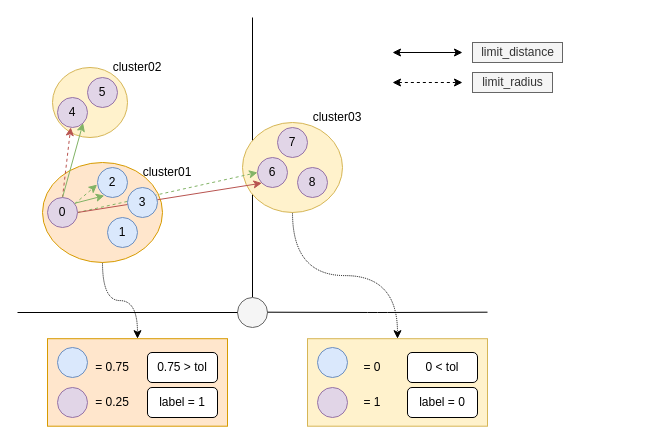
Earlier version of the draw.io diagram page "segmentation" (2 of 4) of .doc/ros_detection_legs.drawio (PouceHeure/ros_detection_legs). Source tidied: cells renumbered, new cells numbered last; positions are measured from the earlier drawing's top-left corner, leaving out a move shared by most shapes. Both pictures are drawn from the tidied source at 100%, with x=0, y=0 at pixel (17, 17).
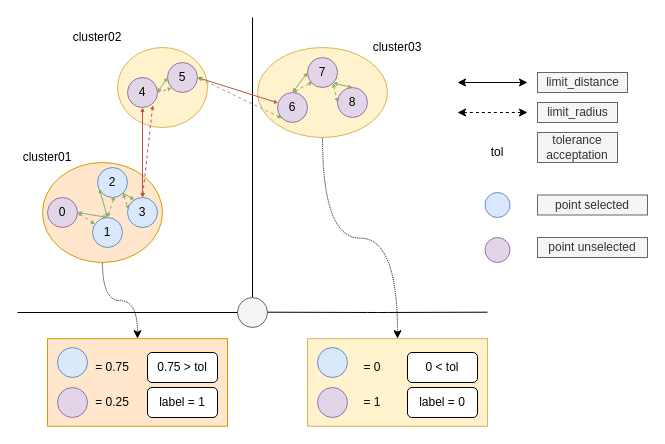
After the change.

The change refers to these unchanged cells:
```xml
<mxCell id="15" value="0" style="ellipse;whiteSpace=wrap;html=1;fillColor=#e1d5e7;strokeColor=#9673a6;" parent="1" vertex="1">
  <mxGeometry x="30" y="180" width="30" height="30" as="geometry" />
</mxCell>
<mxCell id="16" value="2" style="ellipse;whiteSpace=wrap;html=1;fillColor=#dae8fc;strokeColor=#6c8ebf;" parent="1" vertex="1">
  <mxGeometry x="80" y="150" width="30" height="30" as="geometry" />
</mxCell>
```

The edit, as a diff of the source:
```diff
@@
     <mxCell id="5" style="ellipse;whiteSpace=wrap;html=1;fillColor=#fff2cc;strokeColor=#d6b656;" parent="1" vertex="1">
-      <mxGeometry x="225" y="105" width="100" height="90" as="geometry" />
+      <mxGeometry x="240" y="30" width="130" height="90" as="geometry" />
     </mxCell>
     <mxCell id="6" style="ellipse;whiteSpace=wrap;html=1;fillColor=#fff2cc;strokeColor=#d6b656;" parent="1" vertex="1">
-      <mxGeometry x="35" y="50" width="75" height="70" as="geometry" />
+      <mxGeometry x="100" y="30" width="90" height="80" as="geometry" />
     </mxCell>
@@
-    <mxCell id="9" style="edgeStyle=none;rounded=0;jettySize=auto;html=1;exitX=0.912;exitY=0.207;exitDx=0;exitDy=0;endArrow=classic;endFill=1;strokeWidth=1;entryX=-0.014;entryY=0.571;entryDx=0;entryDy=0;entryPerimeter=0;dashed=1;fillColor=#d5e8d4;strokeColor=#82b366;exitPerimeter=0;" parent="1" edge="1" source="15" target="16">
-      <mxGeometry relative="1" as="geometry" />
-    </mxCell>
-    <mxCell id="10" style="edgeStyle=none;rounded=0;jettySize=auto;html=1;exitX=0.5;exitY=0;exitDx=0;exitDy=0;endArrow=classic;endFill=1;strokeWidth=1;fillColor=#f8cecc;dashed=1;strokeColor=#b85450;" parent="1" edge="1" source="15" target="30">
-      <mxGeometry relative="1" as="geometry" />
-    </mxCell>
-    <mxCell id="11" style="edgeStyle=none;rounded=0;jettySize=auto;html=1;exitX=1;exitY=0.5;exitDx=0;exitDy=0;entryX=0;entryY=0.5;entryDx=0;entryDy=0;dashed=1;endArrow=classic;endFill=1;strokeColor=#82b366;strokeWidth=1;fillColor=#d5e8d4;" parent="1" edge="1" source="15" target="20">
-      <mxGeometry relative="1" as="geometry" />
-    </mxCell>
-    <mxCell id="12" style="edgeStyle=none;rounded=0;jettySize=auto;html=1;exitX=1;exitY=0.5;exitDx=0;exitDy=0;entryX=0;entryY=1;entryDx=0;entryDy=0;endArrow=classic;endFill=1;strokeColor=#b85450;strokeWidth=1;fillColor=#f8cecc;" parent="1" edge="1" source="15" target="20">
-      <mxGeometry relative="1" as="geometry" />
-    </mxCell>
-    <mxCell id="13" style="edgeStyle=none;rounded=0;jettySize=auto;html=1;exitX=0.899;exitY=0.195;exitDx=0;exitDy=0;entryX=0.228;entryY=0.937;entryDx=0;entryDy=0;entryPerimeter=0;endArrow=classic;endFill=1;strokeColor=#82b366;strokeWidth=1;fillColor=#d5e8d4;exitPerimeter=0;" parent="1" edge="1" source="15" target="16">
-      <mxGeometry relative="1" as="geometry" />
-    </mxCell>
-    <mxCell id="14" style="edgeStyle=none;rounded=0;jettySize=auto;html=1;exitX=0.5;exitY=0;exitDx=0;exitDy=0;entryX=1;entryY=1;entryDx=0;entryDy=0;endArrow=classic;endFill=1;strokeColor=#82b366;strokeWidth=1;fillColor=#d5e8d4;" parent="1" edge="1" source="15" target="30">
-      <mxGeometry relative="1" as="geometry" />
-    </mxCell>
+    <mxCell id="47" style="edgeStyle=none;rounded=0;jettySize=auto;html=1;exitX=1;exitY=0.5;exitDx=0;exitDy=0;startArrow=classic;startFill=1;dashed=1;startSize=2;endSize=2;fillColor=#d5e8d4;strokeColor=#82b366;" parent="1" edge="1" source="15" target="17">
+      <mxGeometry relative="1" as="geometry" />
+    </mxCell>
+    <mxCell id="48" style="edgeStyle=none;rounded=0;jettySize=auto;html=1;exitX=1;exitY=0.5;exitDx=0;exitDy=0;entryX=0.5;entryY=0;entryDx=0;entryDy=0;startSize=2;endSize=2;startArrow=classic;startFill=1;fillColor=#d5e8d4;strokeColor=#82b366;" parent="1" edge="1" source="15" target="17">
+      <mxGeometry relative="1" as="geometry" />
+    </mxCell>
@@
+    <mxCell id="49" style="edgeStyle=none;rounded=0;jettySize=auto;html=1;exitX=1;exitY=1;exitDx=0;exitDy=0;entryX=0.032;entryY=0.396;entryDx=0;entryDy=0;entryPerimeter=0;startArrow=classic;startFill=1;dashed=1;startSize=2;endSize=2;fillColor=#d5e8d4;strokeColor=#82b366;" parent="1" edge="1" source="16" target="18">
+      <mxGeometry relative="1" as="geometry" />
+    </mxCell>
+    <mxCell id="50" style="edgeStyle=none;rounded=0;jettySize=auto;html=1;exitX=1;exitY=1;exitDx=0;exitDy=0;entryX=0.228;entryY=0.074;entryDx=0;entryDy=0;entryPerimeter=0;startSize=2;endSize=2;fillColor=#d5e8d4;strokeColor=#82b366;" parent="1" edge="1" source="16" target="18">
+      <mxGeometry relative="1" as="geometry" />
+    </mxCell>
@@
+    <mxCell id="51" style="edgeStyle=none;rounded=0;jettySize=auto;html=1;exitX=0.5;exitY=0;exitDx=0;exitDy=0;entryX=0.065;entryY=0.711;entryDx=0;entryDy=0;entryPerimeter=0;startSize=2;endSize=2;startArrow=classic;startFill=1;fillColor=#d5e8d4;strokeColor=#82b366;" parent="1" edge="1" source="17" target="16">
+      <mxGeometry relative="1" as="geometry" />
+    </mxCell>
+    <mxCell id="52" style="edgeStyle=none;rounded=0;jettySize=auto;html=1;exitX=0.5;exitY=0;exitDx=0;exitDy=0;entryX=0.562;entryY=0.953;entryDx=0;entryDy=0;entryPerimeter=0;startArrow=classic;startFill=1;dashed=1;startSize=2;endSize=2;fillColor=#d5e8d4;strokeColor=#82b366;" parent="1" edge="1" source="17" target="16">
+      <mxGeometry relative="1" as="geometry" />
+    </mxCell>
     <mxCell id="17" value="1" style="ellipse;whiteSpace=wrap;html=1;fillColor=#dae8fc;strokeColor=#6c8ebf;" parent="1" vertex="1">
-      <mxGeometry x="90" y="200" width="30" height="30" as="geometry" />
+      <mxGeometry x="75" y="200" width="30" height="30" as="geometry" />
     </mxCell>
+    <mxCell id="53" style="edgeStyle=none;rounded=0;jettySize=auto;html=1;exitX=0.5;exitY=0;exitDx=0;exitDy=0;startSize=2;endSize=2;startArrow=classic;startFill=1;fillColor=#f8cecc;strokeColor=#b85450;" parent="1" edge="1" source="18" target="30">
+      <mxGeometry relative="1" as="geometry" />
+    </mxCell>
+    <mxCell id="54" style="edgeStyle=none;rounded=0;jettySize=auto;html=1;exitX=0.5;exitY=0;exitDx=0;exitDy=0;entryX=0.843;entryY=0.922;entryDx=0;entryDy=0;entryPerimeter=0;startArrow=classic;startFill=1;dashed=1;startSize=2;endSize=2;fillColor=#f8cecc;strokeColor=#b85450;" parent="1" edge="1" source="18" target="30">
+      <mxGeometry relative="1" as="geometry" />
+    </mxCell>
     <mxCell id="18" value="3" style="ellipse;whiteSpace=wrap;html=1;fillColor=#dae8fc;strokeColor=#6c8ebf;" parent="1" vertex="1">
-      <mxGeometry x="110" y="170" width="30" height="30" as="geometry" />
+      <mxGeometry x="110" y="180" width="30" height="30" as="geometry" />
     </mxCell>
@@
+    <mxCell id="55" style="edgeStyle=none;rounded=0;jettySize=auto;html=1;exitX=0.5;exitY=0;exitDx=0;exitDy=0;entryX=0.17;entryY=0.817;entryDx=0;entryDy=0;entryPerimeter=0;startArrow=classic;startFill=1;dashed=1;startSize=2;endSize=2;fillColor=#d5e8d4;strokeColor=#82b366;" parent="1" edge="1" source="20" target="22">
+      <mxGeometry relative="1" as="geometry" />
+    </mxCell>
+    <mxCell id="56" style="edgeStyle=none;rounded=0;jettySize=auto;html=1;exitX=0.5;exitY=0;exitDx=0;exitDy=0;entryX=0;entryY=0.5;entryDx=0;entryDy=0;startSize=2;endSize=2;startArrow=classic;startFill=1;fillColor=#d5e8d4;strokeColor=#82b366;" parent="1" edge="1" source="20" target="22">
+      <mxGeometry relative="1" as="geometry" />
+    </mxCell>
     <mxCell id="20" value="6" style="ellipse;whiteSpace=wrap;html=1;fillColor=#e1d5e7;strokeColor=#9673a6;" parent="1" vertex="1">
-      <mxGeometry x="240" y="140" width="30" height="30" as="geometry" />
+      <mxGeometry x="260" y="75" width="30" height="30" as="geometry" />
     </mxCell>
+    <mxCell id="57" style="edgeStyle=none;rounded=0;jettySize=auto;html=1;exitX=1;exitY=0.5;exitDx=0;exitDy=0;startSize=2;endSize=2;startArrow=classic;startFill=1;fillColor=#f8cecc;strokeColor=#b85450;" parent="1" edge="1" source="21" target="20">
+      <mxGeometry relative="1" as="geometry" />
+    </mxCell>
+    <mxCell id="58" style="edgeStyle=none;rounded=0;jettySize=auto;html=1;exitX=1;exitY=0.5;exitDx=0;exitDy=0;entryX=0;entryY=1;entryDx=0;entryDy=0;startArrow=classic;startFill=1;dashed=1;startSize=2;endSize=2;fillColor=#d5e8d4;strokeColor=#82b366;" parent="1" edge="1" source="21" target="20">
+      <mxGeometry relative="1" as="geometry" />
+    </mxCell>
     <mxCell id="21" value="5" style="ellipse;whiteSpace=wrap;html=1;fillColor=#e1d5e7;strokeColor=#9673a6;" parent="1" vertex="1">
-      <mxGeometry x="70" y="60" width="30" height="30" as="geometry" />
+      <mxGeometry x="150" y="45" width="30" height="30" as="geometry" />
     </mxCell>
+    <mxCell id="59" style="edgeStyle=none;rounded=0;jettySize=auto;html=1;exitX=1;exitY=1;exitDx=0;exitDy=0;entryX=0.5;entryY=0;entryDx=0;entryDy=0;startSize=2;endSize=2;startArrow=classic;startFill=1;fillColor=#d5e8d4;strokeColor=#82b366;" parent="1" edge="1" source="22" target="23">
+      <mxGeometry relative="1" as="geometry" />
+    </mxCell>
+    <mxCell id="60" style="edgeStyle=none;rounded=0;jettySize=auto;html=1;exitX=1;exitY=1;exitDx=0;exitDy=0;entryX=0;entryY=0.5;entryDx=0;entryDy=0;startArrow=classic;startFill=1;dashed=1;startSize=2;endSize=2;fillColor=#d5e8d4;strokeColor=#82b366;" parent="1" edge="1" source="22" target="23">
+      <mxGeometry relative="1" as="geometry" />
+    </mxCell>
     <mxCell id="22" value="7" style="ellipse;whiteSpace=wrap;html=1;fillColor=#e1d5e7;strokeColor=#9673a6;" parent="1" vertex="1">
-      <mxGeometry x="260" y="110" width="30" height="30" as="geometry" />
+      <mxGeometry x="290" y="40" width="30" height="30" as="geometry" />
     </mxCell>
     <mxCell id="23" value="8" style="ellipse;whiteSpace=wrap;html=1;fillColor=#e1d5e7;strokeColor=#9673a6;" parent="1" vertex="1">
-      <mxGeometry x="280" y="150" width="30" height="30" as="geometry" />
+      <mxGeometry x="320" y="70" width="30" height="30" as="geometry" />
     </mxCell>
@@
     <mxCell id="26" style="endArrow=classic;startArrow=classic;html=1;strokeWidth=1;" parent="1" edge="1">
       <mxGeometry relative="1" as="geometry">
-        <mxPoint x="375" y="35" as="sourcePoint" />
-        <mxPoint x="445" y="35" as="targetPoint" />
+        <mxPoint x="440" y="65" as="sourcePoint" />
+        <mxPoint x="510" y="65" as="targetPoint" />
       </mxGeometry>
     </mxCell>
     <mxCell id="27" value="limit_distance" style="text;html=1;align=center;verticalAlign=middle;fillColor=#f5f5f5;strokeColor=#666666;fontColor=#333333;" parent="1" vertex="1">
-      <mxGeometry x="455" y="25" width="90" height="20" as="geometry" />
+      <mxGeometry x="520" y="55" width="90" height="20" as="geometry" />
     </mxCell>
     <mxCell id="28" style="endArrow=classic;startArrow=classic;html=1;strokeWidth=1;fillColor=#f5f5f5;dashed=1;" parent="1" edge="1">
       <mxGeometry relative="1" as="geometry">
-        <mxPoint x="375" y="65" as="sourcePoint" />
-        <mxPoint x="445" y="65" as="targetPoint" />
+        <mxPoint x="440" y="95" as="sourcePoint" />
+        <mxPoint x="510" y="95" as="targetPoint" />
       </mxGeometry>
     </mxCell>
     <mxCell id="29" value="limit_radius" style="text;html=1;align=center;verticalAlign=middle;fillColor=#f5f5f5;strokeColor=#666666;fontColor=#333333;" parent="1" vertex="1">
-      <mxGeometry x="455" y="55" width="80" height="20" as="geometry" />
+      <mxGeometry x="520" y="85" width="80" height="20" as="geometry" />
     </mxCell>
+    <mxCell id="61" style="edgeStyle=none;rounded=0;jettySize=auto;html=1;exitX=1;exitY=0.5;exitDx=0;exitDy=0;entryX=0;entryY=0.5;entryDx=0;entryDy=0;startSize=2;endSize=2;startArrow=classic;startFill=1;fillColor=#d5e8d4;strokeColor=#82b366;" parent="1" edge="1" source="30" target="21">
+      <mxGeometry relative="1" as="geometry" />
+    </mxCell>
+    <mxCell id="62" style="edgeStyle=none;rounded=0;jettySize=auto;html=1;exitX=1;exitY=0.5;exitDx=0;exitDy=0;entryX=0;entryY=1;entryDx=0;entryDy=0;startSize=2;endSize=2;dashed=1;fillColor=#d5e8d4;strokeColor=#82b366;" parent="1" edge="1" source="30" target="21">
+      <mxGeometry relative="1" as="geometry" />
+    </mxCell>
     <mxCell id="30" value="4" style="ellipse;whiteSpace=wrap;html=1;fillColor=#e1d5e7;strokeColor=#9673a6;" parent="1" vertex="1">
-      <mxGeometry x="40" y="80" width="30" height="30" as="geometry" />
+      <mxGeometry x="110" y="60" width="30" height="30" as="geometry" />
     </mxCell>
     <mxCell id="31" value="cluster02" style="text;html=1;strokeColor=none;fillColor=none;align=center;verticalAlign=middle;whiteSpace=wrap;rounded=0;" parent="1" vertex="1">
-      <mxGeometry x="100" y="40" width="40" height="20" as="geometry" />
+      <mxGeometry x="60" y="10" width="40" height="20" as="geometry" />
     </mxCell>
     <mxCell id="32" value="cluster01" style="text;html=1;strokeColor=none;fillColor=none;align=center;verticalAlign=middle;whiteSpace=wrap;rounded=0;" parent="1" vertex="1">
-      <mxGeometry x="130" y="145" width="40" height="20" as="geometry" />
+      <mxGeometry x="10" y="130" width="40" height="20" as="geometry" />
     </mxCell>
     <mxCell id="33" value="cluster03" style="text;html=1;strokeColor=none;fillColor=none;align=center;verticalAlign=middle;whiteSpace=wrap;rounded=0;" parent="1" vertex="1">
-      <mxGeometry x="300" y="90" width="40" height="20" as="geometry" />
+      <mxGeometry x="360" y="20" width="40" height="20" as="geometry" />
     </mxCell>
@@
+    <mxCell id="63" value="tol" style="text;html=1;strokeColor=none;fillColor=none;align=center;verticalAlign=middle;whiteSpace=wrap;rounded=0;" parent="1" vertex="1">
+      <mxGeometry x="460" y="125" width="40" height="20" as="geometry" />
+    </mxCell>
+    <mxCell id="64" value="tolerance acceptation" style="text;html=1;strokeColor=#666666;fillColor=#f5f5f5;align=center;verticalAlign=middle;whiteSpace=wrap;rounded=0;fontColor=#333333;" parent="1" vertex="1">
+      <mxGeometry x="520" y="115" width="80" height="30" as="geometry" />
+    </mxCell>
+    <mxCell id="65" style="ellipse;whiteSpace=wrap;html=1;fillColor=#dae8fc;strokeColor=#6c8ebf;" parent="1" vertex="1">
+      <mxGeometry x="467.5" y="175" width="25" height="25" as="geometry" />
+    </mxCell>
+    <mxCell id="66" style="ellipse;whiteSpace=wrap;html=1;fillColor=#e1d5e7;strokeColor=#9673a6;" parent="1" vertex="1">
+      <mxGeometry x="467.5" y="220" width="25" height="25" as="geometry" />
+    </mxCell>
+    <mxCell id="67" value="point selected" style="text;html=1;strokeColor=#666666;fillColor=#f5f5f5;align=center;verticalAlign=middle;whiteSpace=wrap;rounded=0;fontColor=#333333;" parent="1" vertex="1">
+      <mxGeometry x="520" y="177.5" width="110" height="20" as="geometry" />
+    </mxCell>
+    <mxCell id="68" value="point unselected" style="text;html=1;strokeColor=#666666;fillColor=#f5f5f5;align=center;verticalAlign=middle;whiteSpace=wrap;rounded=0;fontColor=#333333;" parent="1" vertex="1">
+      <mxGeometry x="520" y="220" width="110" height="20" as="geometry" />
+    </mxCell>
```
